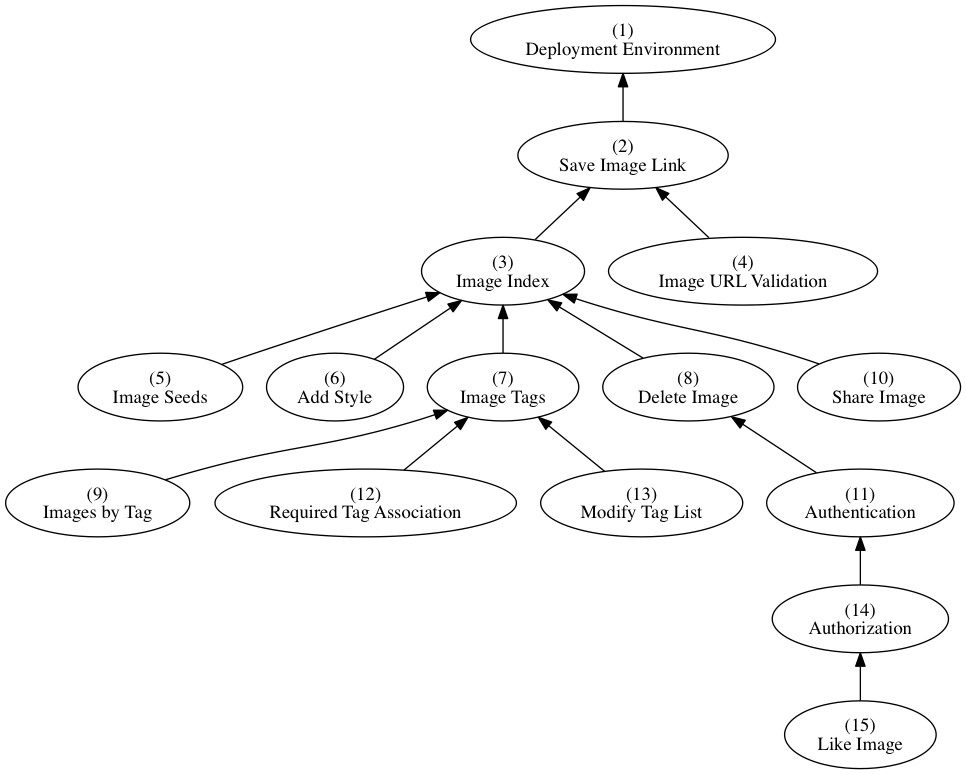
Earlier version of the Graphviz export dependencies.png (AppFolioOnboarding/tasks). Its source is kept beside it as dependencies.dot.
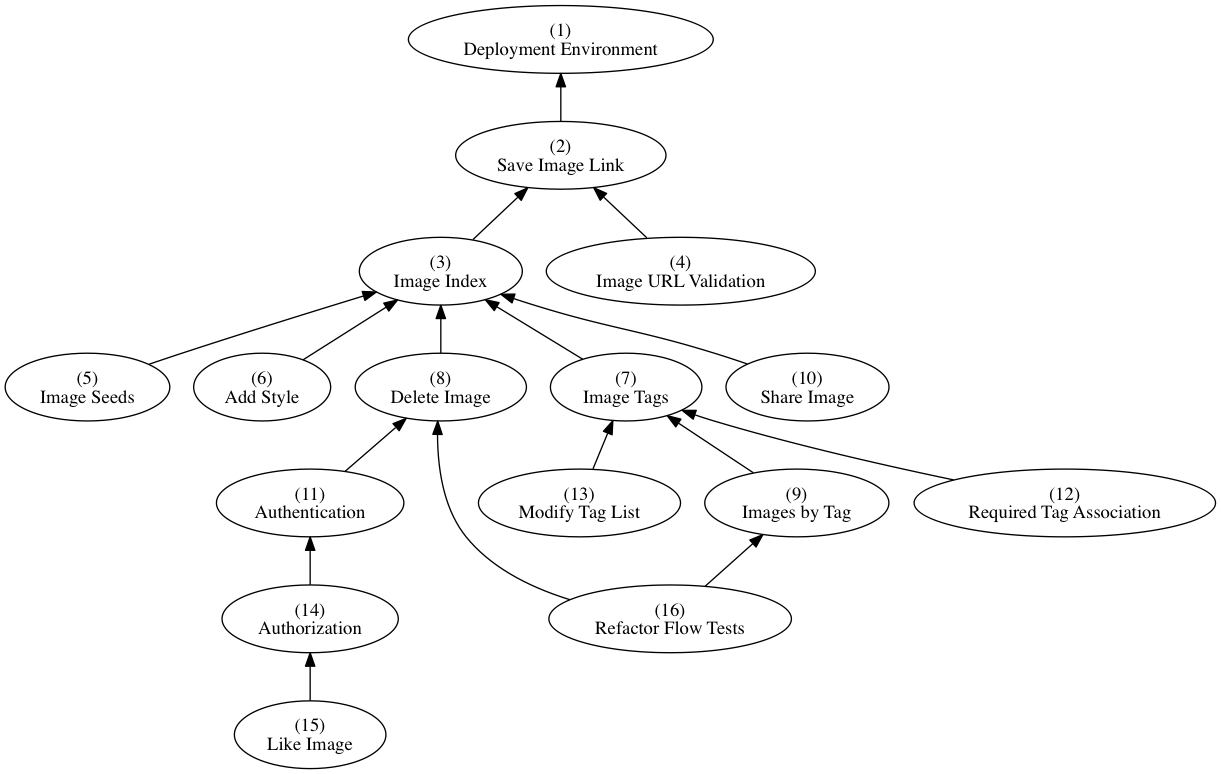
The same file after the commit.

Commit message:
Add "Refactor flow tests to use page objects" issue

Change to the diagram source:
```diff
@@ -10,6 +10,7 @@
   "Image Tags" [label="(7)\nImage Tags"]
   "Delete Image" [label="(8)\nDelete Image"]
   "Images by Tag" [label="(9)\nImages by Tag"]
+  "Refactor Flow Tests" [label="(16)\nRefactor Flow Tests"]
   "Share Image" [label="(10)\nShare Image"]
   "Authentication" [label="(11)\nAuthentication"]
   "Required Tag Association" [label="(12)\nRequired Tag Association"]
@@ -28,6 +29,8 @@
   "Image URL Validation" -> "Save Image Link"
   "Images by Tag" -> "Image Tags"
   "Modify Tag List" -> "Image Tags"
+  "Refactor Flow Tests" -> "Delete Image"
+  "Refactor Flow Tests" -> "Images by Tag"
   "Required Tag Association" -> "Image Tags"
   "Save Image Link" -> "Deployment Environment"
   "Share Image" -> "Image Index"
```
